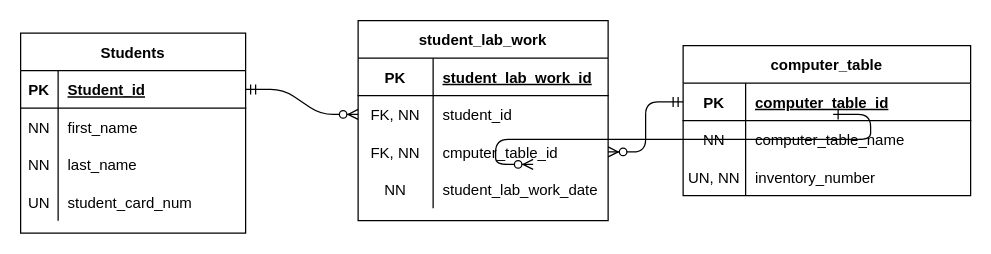
Before: 2.drawio in vano7577/DB2, a draw.io diagram. Source tidied: cells renumbered, new cells numbered last; positions are measured from the earlier drawing's top-left corner, leaving out a move shared by most shapes. Both pictures are drawn from the tidied source at 125%, with x=0, y=0 at pixel (20, 20).
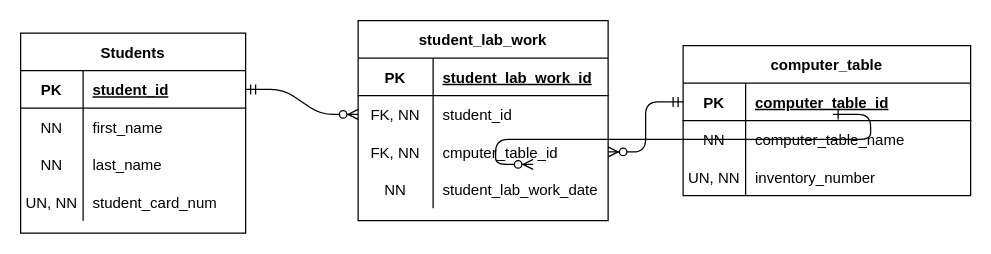
The same diagram, later.

Unchanged cells that the change refers to:
```xml
<mxCell id="4" style="shape=partialRectangle;fillColor=none;top=0;left=0;bottom=1;right=0;points=[[0,0.5],[1,0.5]];portConstraint=eastwest;" parent="3" vertex="1">
  <mxGeometry y="30" width="180" height="30" as="geometry" />
</mxCell>
<mxCell id="7" style="shape=partialRectangle;fillColor=none;top=0;left=0;bottom=0;right=0;" parent="3" vertex="1">
  <mxGeometry y="60" width="180" height="30" as="geometry" />
</mxCell>
<mxCell id="10" style="shape=partialRectangle;fillColor=none;top=0;left=0;bottom=0;right=0;" parent="3" vertex="1">
  <mxGeometry y="90" width="180" height="30" as="geometry" />
</mxCell>
<mxCell id="13" style="shape=partialRectangle;fillColor=none;top=0;left=0;bottom=0;right=0;" parent="3" vertex="1">
  <mxGeometry y="120" width="180" height="30" as="geometry" />
</mxCell>
```

Diff of the diagram source:
```diff
@@
     <mxCell id="5" value="PK" style="shape=partialRectangle;fillColor=none;top=0;left=0;bottom=0;right=0;fontStyle=1;overflow=hidden;" parent="4" vertex="1">
-      <mxGeometry width="30" height="30" as="geometry" />
+      <mxGeometry width="50" height="30" as="geometry" />
     </mxCell>
-    <mxCell id="6" value="Student_id" style="shape=partialRectangle;fillColor=none;top=0;left=0;bottom=0;right=0;align=left;spacingLeft=6;fontStyle=5;overflow=hidden;" parent="4" vertex="1">
-      <mxGeometry x="30" width="150" height="30" as="geometry" />
+    <mxCell id="6" value="student_id" style="shape=partialRectangle;fillColor=none;top=0;left=0;bottom=0;right=0;align=left;spacingLeft=6;fontStyle=5;overflow=hidden;" parent="4" vertex="1">
+      <mxGeometry x="50" width="130" height="30" as="geometry" />
     </mxCell>
@@
     <mxCell id="8" value="NN" style="shape=partialRectangle;fillColor=none;top=0;left=0;bottom=0;right=0;overflow=hidden;" parent="7" vertex="1">
-      <mxGeometry width="30" height="30" as="geometry" />
+      <mxGeometry width="50" height="30" as="geometry" />
     </mxCell>
     <mxCell id="9" value="first_name" style="shape=partialRectangle;fillColor=none;top=0;left=0;bottom=0;right=0;align=left;spacingLeft=6;overflow=hidden;" parent="7" vertex="1">
-      <mxGeometry x="30" width="150" height="30" as="geometry" />
+      <mxGeometry x="50" width="130" height="30" as="geometry" />
     </mxCell>
@@
     <mxCell id="11" value="NN" style="shape=partialRectangle;fillColor=none;top=0;left=0;bottom=0;right=0;overflow=hidden;" parent="10" vertex="1">
-      <mxGeometry width="30" height="30" as="geometry" />
+      <mxGeometry width="50" height="30" as="geometry" />
     </mxCell>
     <mxCell id="12" value="last_name" style="shape=partialRectangle;fillColor=none;top=0;left=0;bottom=0;right=0;align=left;spacingLeft=6;overflow=hidden;" parent="10" vertex="1">
-      <mxGeometry x="30" width="150" height="30" as="geometry" />
+      <mxGeometry x="50" width="130" height="30" as="geometry" />
     </mxCell>
@@
-    <mxCell id="14" value="UN" style="shape=partialRectangle;fillColor=none;top=0;left=0;bottom=0;right=0;overflow=hidden;" parent="13" vertex="1">
-      <mxGeometry width="30" height="30" as="geometry" />
+    <mxCell id="14" value="UN, NN" style="shape=partialRectangle;fillColor=none;top=0;left=0;bottom=0;right=0;overflow=hidden;" parent="13" vertex="1">
+      <mxGeometry width="50" height="30" as="geometry" />
     </mxCell>
     <mxCell id="15" value="student_card_num" style="shape=partialRectangle;fillColor=none;top=0;left=0;bottom=0;right=0;align=left;spacingLeft=6;overflow=hidden;" parent="13" vertex="1">
-      <mxGeometry x="30" width="150" height="30" as="geometry" />
+      <mxGeometry x="50" width="130" height="30" as="geometry" />
     </mxCell>
```
